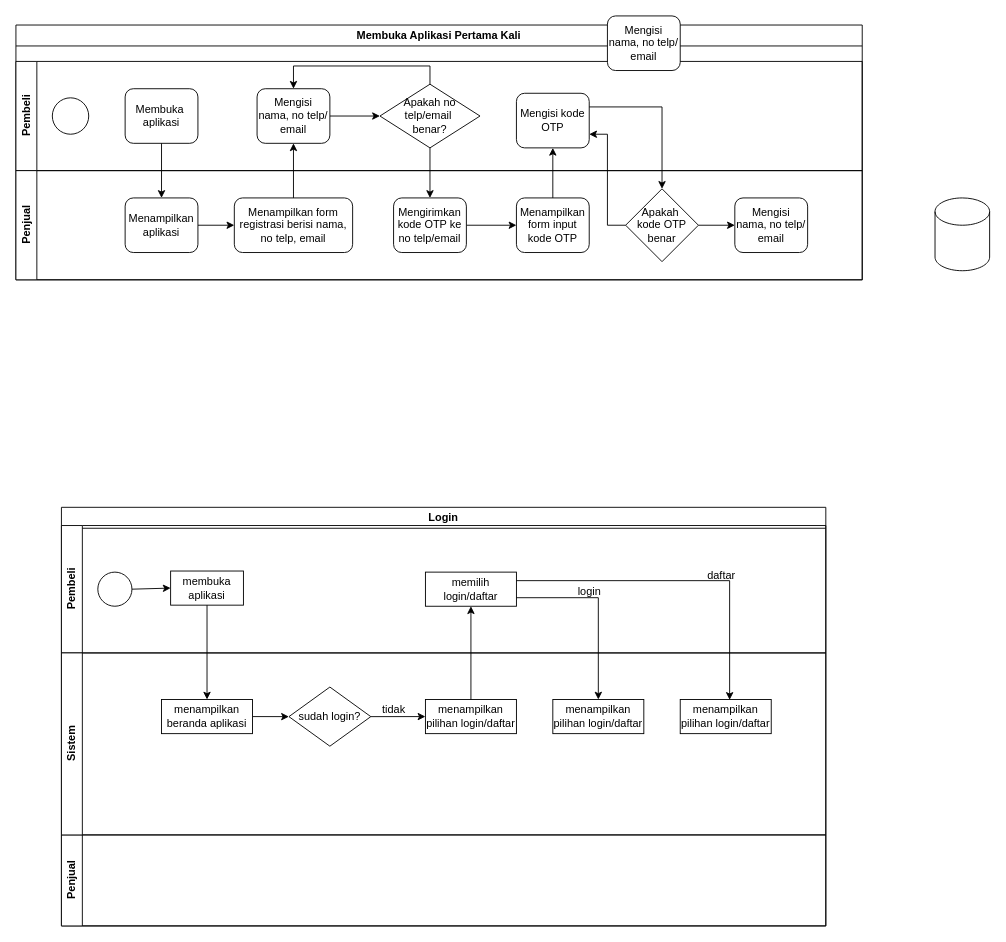
Before: BPMN.drawio in yogadwipayana/ERD, a draw.io diagram. Source tidied: cells renumbered, new cells numbered last; positions are measured from the earlier drawing's top-left corner, leaving out a move shared by most shapes. Both pictures are drawn from the tidied source at 91%, with x=0, y=0 at pixel (15, 15).
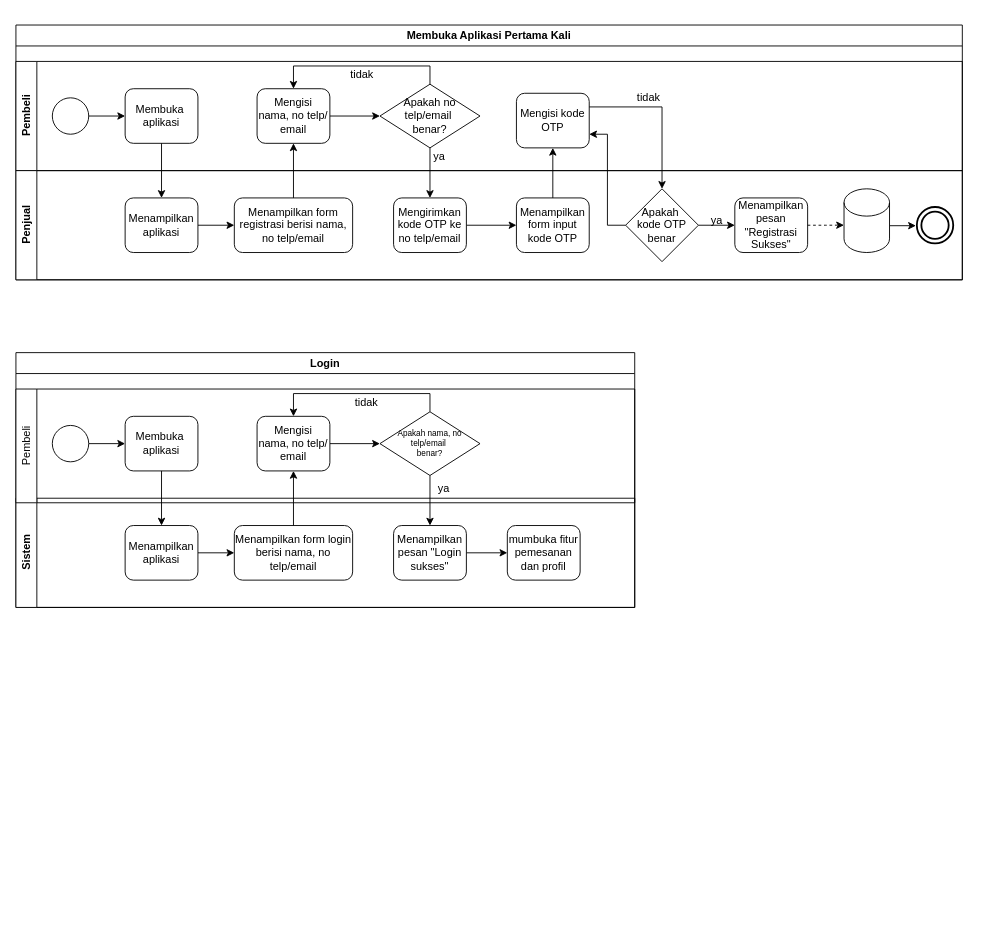
Above is the later version.

The change refers to these unchanged cells:
```xml
<mxCell id="26" style="ellipse;whiteSpace=wrap;html=1;" parent="25" vertex="1">
  <mxGeometry x="40" y="40" width="40" height="40" as="geometry" />
</mxCell>
<mxCell id="27" value="Membuka&amp;nbsp;&lt;div&gt;aplikasi&lt;/div&gt;" style="rounded=1;whiteSpace=wrap;html=1;" parent="25" vertex="1">
  <mxGeometry x="120" y="30" width="80" height="60" as="geometry" />
</mxCell>
```

What changed in the source:
```diff
@@
-    <mxCell id="2" value="Login" style="swimlane;whiteSpace=wrap;html=1;" parent="1" vertex="1">
-      <mxGeometry x="50" y="540" width="840" height="460" as="geometry" />
-    </mxCell>
-    <mxCell id="3" value="Pembeli" style="swimlane;horizontal=0;whiteSpace=wrap;html=1;" parent="2" vertex="1">
-      <mxGeometry y="20" width="840" height="140" as="geometry" />
-    </mxCell>
-    <mxCell id="4" style="ellipse;whiteSpace=wrap;html=1;" parent="3" vertex="1">
-      <mxGeometry x="40" y="51.2" width="37.5" height="37.5" as="geometry" />
-    </mxCell>
-    <mxCell id="5" value="membuka aplikasi" style="rounded=0;whiteSpace=wrap;html=1;" parent="3" vertex="1">
-      <mxGeometry x="120" y="50" width="80" height="37.5" as="geometry" />
-    </mxCell>
-    <mxCell id="6" style="endArrow=classic;html=1;rounded=0;exitX=1;exitY=0.5;exitDx=0;exitDy=0;entryX=0;entryY=0.5;entryDx=0;entryDy=0;" parent="3" edge="1" source="4" target="5">
-      <mxGeometry relative="1" as="geometry" />
-    </mxCell>
-    <mxCell id="7" value="memilih login/daftar" style="rounded=0;whiteSpace=wrap;html=1;" parent="3" vertex="1">
-      <mxGeometry x="400" y="51.2" width="100" height="37.5" as="geometry" />
-    </mxCell>
-    <mxCell id="8" value="daftar" style="text;html=1;align=center;verticalAlign=middle;strokeColor=none;fillColor=none;" parent="3" vertex="1">
-      <mxGeometry x="700" y="40" width="50" height="30" as="geometry" />
-    </mxCell>
-    <mxCell id="9" value="Penjual" style="swimlane;horizontal=0;whiteSpace=wrap;html=1;" parent="2" vertex="1">
-      <mxGeometry y="360" width="840" height="100" as="geometry" />
-    </mxCell>
-    <mxCell id="10" value="Sistem" style="swimlane;horizontal=0;whiteSpace=wrap;html=1;" parent="9" vertex="1">
-      <mxGeometry y="-200" width="840" height="200" as="geometry" />
-    </mxCell>
-    <mxCell id="11" style="edgeStyle=orthogonalEdgeStyle;rounded=0;jettySize=auto;html=1;exitX=1;exitY=0.5;exitDx=0;exitDy=0;entryX=0;entryY=0.5;entryDx=0;entryDy=0;" parent="10" edge="1" source="12" target="14">
-      <mxGeometry relative="1" as="geometry" />
-    </mxCell>
-    <mxCell id="12" value="menampilkan beranda aplikasi" style="rounded=0;whiteSpace=wrap;html=1;" parent="10" vertex="1">
-      <mxGeometry x="110" y="51.2" width="100" height="37.5" as="geometry" />
-    </mxCell>
-    <mxCell id="13" style="edgeStyle=orthogonalEdgeStyle;rounded=0;jettySize=auto;html=1;exitX=1;exitY=0.5;exitDx=0;exitDy=0;entryX=0;entryY=0.5;entryDx=0;entryDy=0;" parent="10" edge="1" source="14" target="16">
-      <mxGeometry relative="1" as="geometry" />
-    </mxCell>
-    <mxCell id="14" value="sudah login?" style="rhombus;whiteSpace=wrap;html=1;rounded=0;" parent="10" vertex="1">
-      <mxGeometry x="250" y="37.5" width="90" height="65" as="geometry" />
-    </mxCell>
-    <mxCell id="15" value="tidak" style="text;html=1;align=center;verticalAlign=middle;strokeColor=none;fillColor=none;" parent="10" vertex="1">
-      <mxGeometry x="340" y="48" width="50" height="30" as="geometry" />
-    </mxCell>
-    <mxCell id="16" value="menampilkan pilihan login/daftar" style="rounded=0;whiteSpace=wrap;html=1;" parent="10" vertex="1">
-      <mxGeometry x="400" y="51.2" width="100" height="37.5" as="geometry" />
-    </mxCell>
-    <mxCell id="17" value="menampilkan pilihan login/daftar" style="rounded=0;whiteSpace=wrap;html=1;" parent="10" vertex="1">
-      <mxGeometry x="540" y="51.2" width="100" height="37.5" as="geometry" />
-    </mxCell>
-    <mxCell id="18" value="menampilkan pilihan login/daftar" style="rounded=0;whiteSpace=wrap;html=1;" parent="10" vertex="1">
-      <mxGeometry x="680" y="51.2" width="100" height="37.5" as="geometry" />
-    </mxCell>
-    <mxCell id="19" style="edgeStyle=orthogonalEdgeStyle;rounded=0;jettySize=auto;html=1;exitX=0.5;exitY=1;exitDx=0;exitDy=0;entryX=0.5;entryY=0;entryDx=0;entryDy=0;" parent="2" edge="1" source="5" target="12">
-      <mxGeometry relative="1" as="geometry" />
-    </mxCell>
-    <mxCell id="20" style="edgeStyle=orthogonalEdgeStyle;rounded=0;jettySize=auto;html=1;exitX=0.5;exitY=0;exitDx=0;exitDy=0;entryX=0.5;entryY=1;entryDx=0;entryDy=0;" parent="2" edge="1" source="16" target="7">
-      <mxGeometry relative="1" as="geometry" />
-    </mxCell>
-    <mxCell id="21" style="edgeStyle=orthogonalEdgeStyle;rounded=0;jettySize=auto;html=1;exitX=1;exitY=0.75;exitDx=0;exitDy=0;entryX=0.5;entryY=0;entryDx=0;entryDy=0;" parent="2" edge="1" source="7" target="17">
-      <mxGeometry relative="1" as="geometry" />
-    </mxCell>
-    <mxCell id="22" style="edgeStyle=orthogonalEdgeStyle;rounded=0;jettySize=auto;html=1;exitX=1;exitY=0.25;exitDx=0;exitDy=0;entryX=0.543;entryY=0.011;entryDx=0;entryDy=0;entryPerimeter=0;" parent="2" edge="1" source="7" target="18">
-      <mxGeometry relative="1" as="geometry" />
-    </mxCell>
-    <mxCell id="23" value="login" style="text;html=1;align=center;verticalAlign=middle;strokeColor=none;fillColor=none;" parent="1" vertex="1">
-      <mxGeometry x="605" y="618" width="50" height="30" as="geometry" />
-    </mxCell>
     <mxCell id="24" value="Membuka Aplikasi Pertama Kali" style="swimlane;whiteSpace=wrap;html=1;" parent="1" vertex="1">
-      <mxGeometry y="10" width="930" height="280" as="geometry" />
+      <mxGeometry y="10" width="1040" height="280" as="geometry" />
     </mxCell>
     <mxCell id="25" value="Pembeli" style="swimlane;horizontal=0;whiteSpace=wrap;html=1;" parent="24" vertex="1">
-      <mxGeometry y="40" width="930" height="120" as="geometry" />
+      <mxGeometry y="40" width="1040" height="120" as="geometry" />
     </mxCell>
+    <mxCell id="51" style="edgeStyle=orthogonalEdgeStyle;rounded=0;jettySize=auto;html=1;exitX=1;exitY=0.5;exitDx=0;exitDy=0;entryX=0;entryY=0.5;entryDx=0;entryDy=0;" parent="25" edge="1" source="26" target="27">
+      <mxGeometry relative="1" as="geometry" />
+    </mxCell>
@@
+    <mxCell id="52" value="ya" style="text;html=1;align=center;verticalAlign=middle;strokeColor=none;fillColor=none;" parent="25" vertex="1">
+      <mxGeometry x="445" y="90" width="40" height="30" as="geometry" />
+    </mxCell>
+    <mxCell id="53" value="tidak" style="text;html=1;align=center;verticalAlign=middle;strokeColor=none;fillColor=none;" parent="25" vertex="1">
+      <mxGeometry x="355" width="50" height="30" as="geometry" />
+    </mxCell>
+    <mxCell id="54" value="tidak" style="text;html=1;align=center;verticalAlign=middle;strokeColor=none;fillColor=none;" parent="25" vertex="1">
+      <mxGeometry x="670" y="25" width="50" height="30" as="geometry" />
+    </mxCell>
     <mxCell id="33" value="Penjual" style="swimlane;horizontal=0;whiteSpace=wrap;html=1;" parent="24" vertex="1">
-      <mxGeometry y="160" width="930" height="120" as="geometry" />
+      <mxGeometry y="160" width="1040" height="120" as="geometry" />
     </mxCell>
@@
-    <mxCell id="36" value="Menampilkan form registrasi berisi nama, no telp, email" style="rounded=1;whiteSpace=wrap;html=1;" parent="33" vertex="1">
+    <mxCell id="36" value="Menampilkan form registrasi berisi nama, no telp/email" style="rounded=1;whiteSpace=wrap;html=1;" parent="33" vertex="1">
       <mxGeometry x="240" y="30" width="130" height="60" as="geometry" />
     </mxCell>
@@
-    <mxCell id="42" value="Mengisi nama, no telp/ email" style="rounded=1;whiteSpace=wrap;html=1;" parent="33" vertex="1">
+    <mxCell id="42" value="Menampilkan pesan &quot;Registrasi Sukses&quot;" style="rounded=1;whiteSpace=wrap;html=1;" parent="33" vertex="1">
       <mxGeometry x="790" y="30" width="80" height="60" as="geometry" />
     </mxCell>
+    <mxCell id="55" style="edgeStyle=orthogonalEdgeStyle;rounded=0;jettySize=auto;html=1;exitX=1.007;exitY=0.579;exitDx=0;exitDy=0;exitPerimeter=0;entryX=0;entryY=0.5;entryDx=0;entryDy=0;" parent="33" edge="1" source="50" target="56">
+      <mxGeometry relative="1" as="geometry" />
+    </mxCell>
+    <mxCell id="50" style="shape=cylinder3;whiteSpace=wrap;html=1;boundedLbl=1;backgroundOutline=1;size=15;" parent="33" vertex="1">
+      <mxGeometry x="910" y="20" width="50" height="70" as="geometry" />
+    </mxCell>
+    <mxCell id="56" style="ellipse;whiteSpace=wrap;html=1;perimeterSpacing=1;strokeWidth=2;gradientColor=none;fillStyle=auto;" parent="33" vertex="1">
+      <mxGeometry x="990" y="40" width="40" height="40" as="geometry" />
+    </mxCell>
+    <mxCell id="57" style="edgeStyle=orthogonalEdgeStyle;rounded=0;jettySize=auto;html=1;exitX=1;exitY=0.5;exitDx=0;exitDy=0;entryX=-0.001;entryY=0.57;entryDx=0;entryDy=0;entryPerimeter=0;dashed=1;" parent="33" edge="1" source="42" target="50">
+      <mxGeometry relative="1" as="geometry" />
+    </mxCell>
+    <mxCell id="58" style="ellipse;whiteSpace=wrap;html=1;perimeterSpacing=1;strokeWidth=2;gradientColor=none;fillStyle=auto;" parent="33" vertex="1">
+      <mxGeometry x="995" y="45" width="30" height="30" as="geometry" />
+    </mxCell>
+    <mxCell id="59" value="ya" style="text;html=1;align=center;verticalAlign=middle;strokeColor=none;fillColor=none;" parent="33" vertex="1">
+      <mxGeometry x="750" y="40" width="40" height="30" as="geometry" />
+    </mxCell>
@@
-    <mxCell id="46" value="Mengisi nama, no telp/ email" style="rounded=1;whiteSpace=wrap;html=1;" parent="24" vertex="1">
-      <mxGeometry x="650" y="-10" width="80" height="60" as="geometry" />
-    </mxCell>
@@
-    <mxCell id="50" style="shape=cylinder3;whiteSpace=wrap;html=1;boundedLbl=1;backgroundOutline=1;size=15;" parent="1" vertex="1">
-      <mxGeometry x="1010" y="200" width="60" height="80" as="geometry" />
-    </mxCell>
+    <mxCell id="2" value="Login" style="swimlane;whiteSpace=wrap;html=1;" parent="1" vertex="1">
+      <mxGeometry y="370" width="680" height="280" as="geometry" />
+    </mxCell>
+    <mxCell id="10" value="Sistem" style="swimlane;horizontal=0;whiteSpace=wrap;html=1;" parent="2" vertex="1">
+      <mxGeometry y="160" width="680" height="120" as="geometry" />
+    </mxCell>
+    <mxCell id="60" style="edgeStyle=orthogonalEdgeStyle;rounded=0;jettySize=auto;html=1;exitX=1;exitY=0.5;exitDx=0;exitDy=0;entryX=0;entryY=0.5;entryDx=0;entryDy=0;" parent="10" edge="1" source="61" target="62">
+      <mxGeometry relative="1" as="geometry" />
+    </mxCell>
+    <mxCell id="61" value="Menampilkan aplikasi" style="rounded=1;whiteSpace=wrap;html=1;" parent="10" vertex="1">
+      <mxGeometry x="120" y="30" width="80" height="60" as="geometry" />
+    </mxCell>
+    <mxCell id="62" value="Menampilkan form login berisi nama, no telp/email" style="rounded=1;whiteSpace=wrap;html=1;" parent="10" vertex="1">
+      <mxGeometry x="240" y="30" width="130" height="60" as="geometry" />
+    </mxCell>
+    <mxCell id="63" style="edgeStyle=orthogonalEdgeStyle;rounded=0;jettySize=auto;html=1;exitX=1;exitY=0.5;exitDx=0;exitDy=0;entryX=0;entryY=0.5;entryDx=0;entryDy=0;" parent="10" edge="1" source="64" target="65">
+      <mxGeometry relative="1" as="geometry" />
+    </mxCell>
+    <mxCell id="64" value="Menampilkan pesan &quot;Login sukses&quot;" style="rounded=1;whiteSpace=wrap;html=1;" parent="10" vertex="1">
+      <mxGeometry x="415" y="30" width="80" height="60" as="geometry" />
+    </mxCell>
+    <mxCell id="65" value="mumbuka fitur pemesanan dan profil" style="rounded=1;whiteSpace=wrap;html=1;" parent="10" vertex="1">
+      <mxGeometry x="540" y="30" width="80" height="60" as="geometry" />
+    </mxCell>
+    <mxCell id="3" value="Pembeli" style="swimlane;horizontal=0;whiteSpace=wrap;html=1;startSize=23;fontStyle=0;fontSize=12;" parent="2" vertex="1">
+      <mxGeometry y="40" width="680" height="125" as="geometry" />
+    </mxCell>
+    <mxCell id="66" style="edgeStyle=orthogonalEdgeStyle;rounded=0;jettySize=auto;html=1;exitX=1;exitY=0.5;exitDx=0;exitDy=0;entryX=0;entryY=0.5;entryDx=0;entryDy=0;" parent="3" edge="1" source="67" target="68">
+      <mxGeometry relative="1" as="geometry" />
+    </mxCell>
+    <mxCell id="67" style="ellipse;whiteSpace=wrap;html=1;" parent="3" vertex="1">
+      <mxGeometry x="40" y="40" width="40" height="40" as="geometry" />
+    </mxCell>
+    <mxCell id="68" value="Membuka&amp;nbsp;&lt;div&gt;aplikasi&lt;/div&gt;" style="rounded=1;whiteSpace=wrap;html=1;" parent="3" vertex="1">
+      <mxGeometry x="120" y="30" width="80" height="60" as="geometry" />
+    </mxCell>
+    <mxCell id="69" style="edgeStyle=orthogonalEdgeStyle;rounded=0;jettySize=auto;html=1;exitX=1;exitY=0.5;exitDx=0;exitDy=0;entryX=0;entryY=0.5;entryDx=0;entryDy=0;" parent="3" edge="1" source="46" target="71">
+      <mxGeometry relative="1" as="geometry" />
+    </mxCell>
+    <mxCell id="46" value="Mengisi nama, no telp/ email" style="rounded=1;whiteSpace=wrap;html=1;" parent="3" vertex="1">
+      <mxGeometry x="265" y="30" width="80" height="60" as="geometry" />
+    </mxCell>
+    <mxCell id="70" style="edgeStyle=orthogonalEdgeStyle;rounded=0;jettySize=auto;html=1;exitX=0.5;exitY=0;exitDx=0;exitDy=0;entryX=0.5;entryY=0;entryDx=0;entryDy=0;" parent="3" edge="1" source="71" target="46">
+      <mxGeometry relative="1" as="geometry" />
+    </mxCell>
+    <mxCell id="71" value="Apakah nama, no telp/email&amp;nbsp;&lt;div&gt;benar?&lt;/div&gt;" style="rhombus;whiteSpace=wrap;html=1;spacing=2;fontSize=9;fontStyle=0;" parent="3" vertex="1">
+      <mxGeometry x="400" y="25" width="110" height="70" as="geometry" />
+    </mxCell>
+    <mxCell id="72" value="ya" style="text;html=1;align=center;verticalAlign=middle;strokeColor=none;fillColor=none;" parent="3" vertex="1">
+      <mxGeometry x="450" y="95" width="40" height="30" as="geometry" />
+    </mxCell>
+    <mxCell id="73" value="tidak" style="text;html=1;align=center;verticalAlign=middle;strokeColor=none;fillColor=none;" parent="3" vertex="1">
+      <mxGeometry x="360" width="50" height="30" as="geometry" />
+    </mxCell>
+    <mxCell id="74" style="edgeStyle=orthogonalEdgeStyle;rounded=0;jettySize=auto;html=1;exitX=0.5;exitY=0;exitDx=0;exitDy=0;entryX=0.5;entryY=1;entryDx=0;entryDy=0;" parent="2" edge="1" source="62" target="46">
+      <mxGeometry relative="1" as="geometry" />
+    </mxCell>
+    <mxCell id="75" style="edgeStyle=orthogonalEdgeStyle;rounded=0;jettySize=auto;html=1;exitX=0.5;exitY=1;exitDx=0;exitDy=0;entryX=0.5;entryY=0;entryDx=0;entryDy=0;" parent="2" edge="1" source="71" target="64">
+      <mxGeometry relative="1" as="geometry" />
+    </mxCell>
+    <mxCell id="76" style="edgeStyle=orthogonalEdgeStyle;rounded=0;jettySize=auto;html=1;exitX=0.5;exitY=1;exitDx=0;exitDy=0;entryX=0.5;entryY=0;entryDx=0;entryDy=0;" parent="2" edge="1" source="68" target="61">
+      <mxGeometry relative="1" as="geometry" />
+    </mxCell>
```
